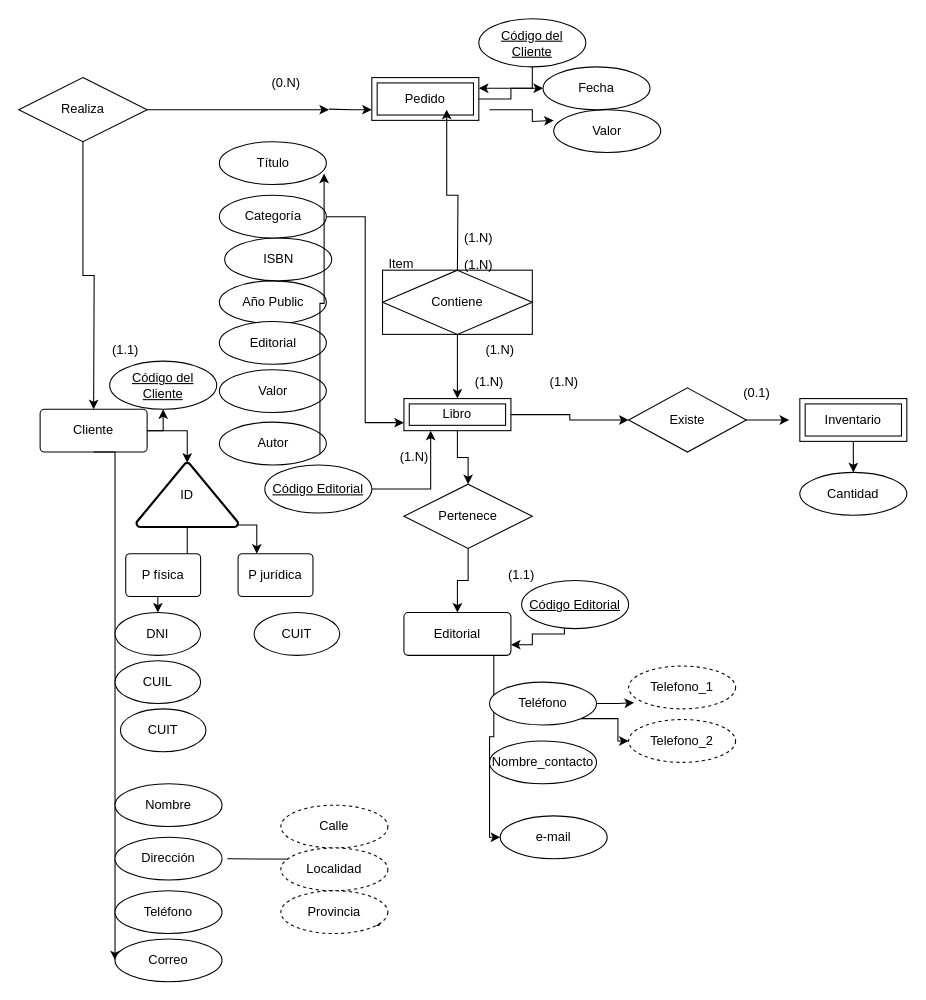
Before: db/modelo.drawio in Sergio-Tolaba/ds_ej, a draw.io diagram. Source tidied: cells renumbered, new cells numbered last; positions are measured from the earlier drawing's top-left corner, leaving out a move shared by most shapes. Both pictures are drawn from the tidied source at 107%, with x=0, y=0 at pixel (18, 18).
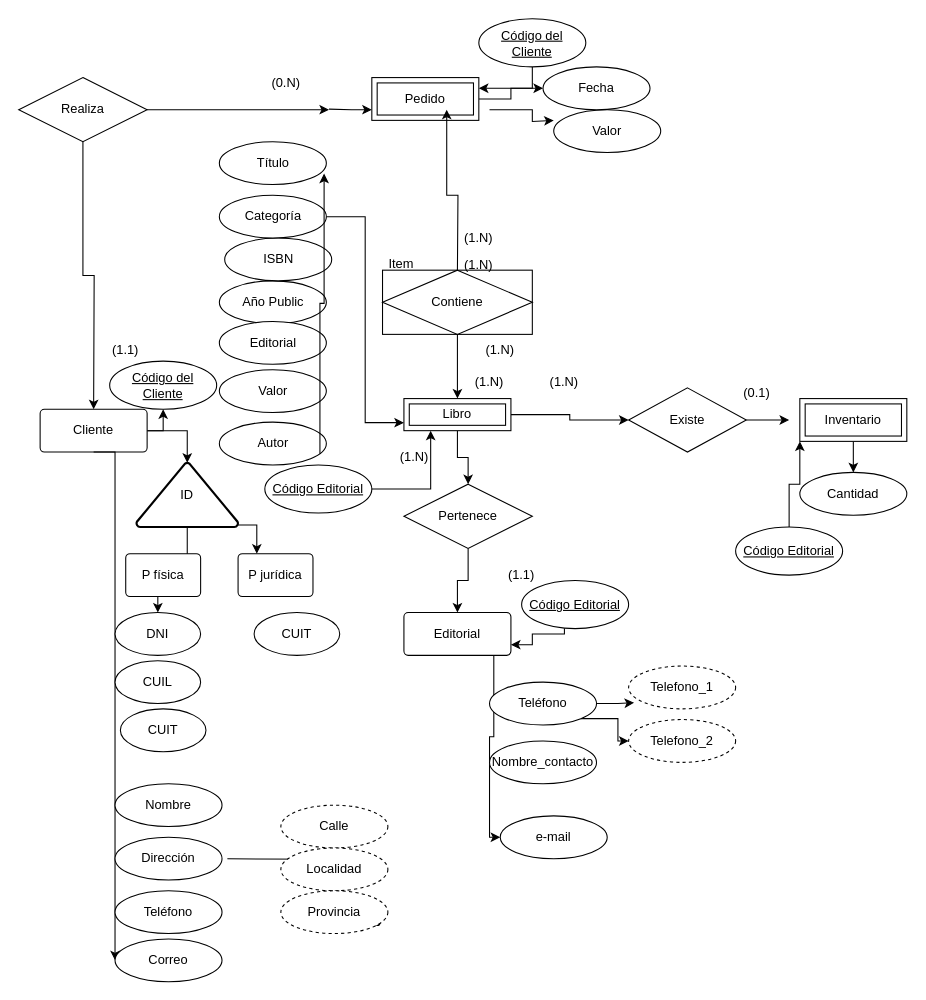
After the change.

Commit message:
pkEd, tbLibro y tbInventario: Actualizar modelo.drawio

The change refers to these unchanged cells:
```xml
<mxCell id="13" value="Inventario" style="shape=ext;margin=3;double=1;whiteSpace=wrap;html=1;align=center;" parent="1" vertex="1">
  <mxGeometry x="730" y="355" width="100" height="40" as="geometry" />
</mxCell>
```

The edit, as a diff of the source:
```diff
@@
+    <mxCell id="84" style="edgeStyle=orthogonalEdgeStyle;rounded=0;jettySize=auto;html=1;entryX=0;entryY=1;entryDx=0;entryDy=0;" parent="1" edge="1" source="85" target="13">
+      <mxGeometry relative="1" as="geometry" />
+    </mxCell>
+    <mxCell id="85" value="Código Editorial" style="ellipse;whiteSpace=wrap;html=1;align=center;fontStyle=4;" parent="1" vertex="1">
+      <mxGeometry x="670" y="475" width="100" height="45" as="geometry" />
+    </mxCell>
```
